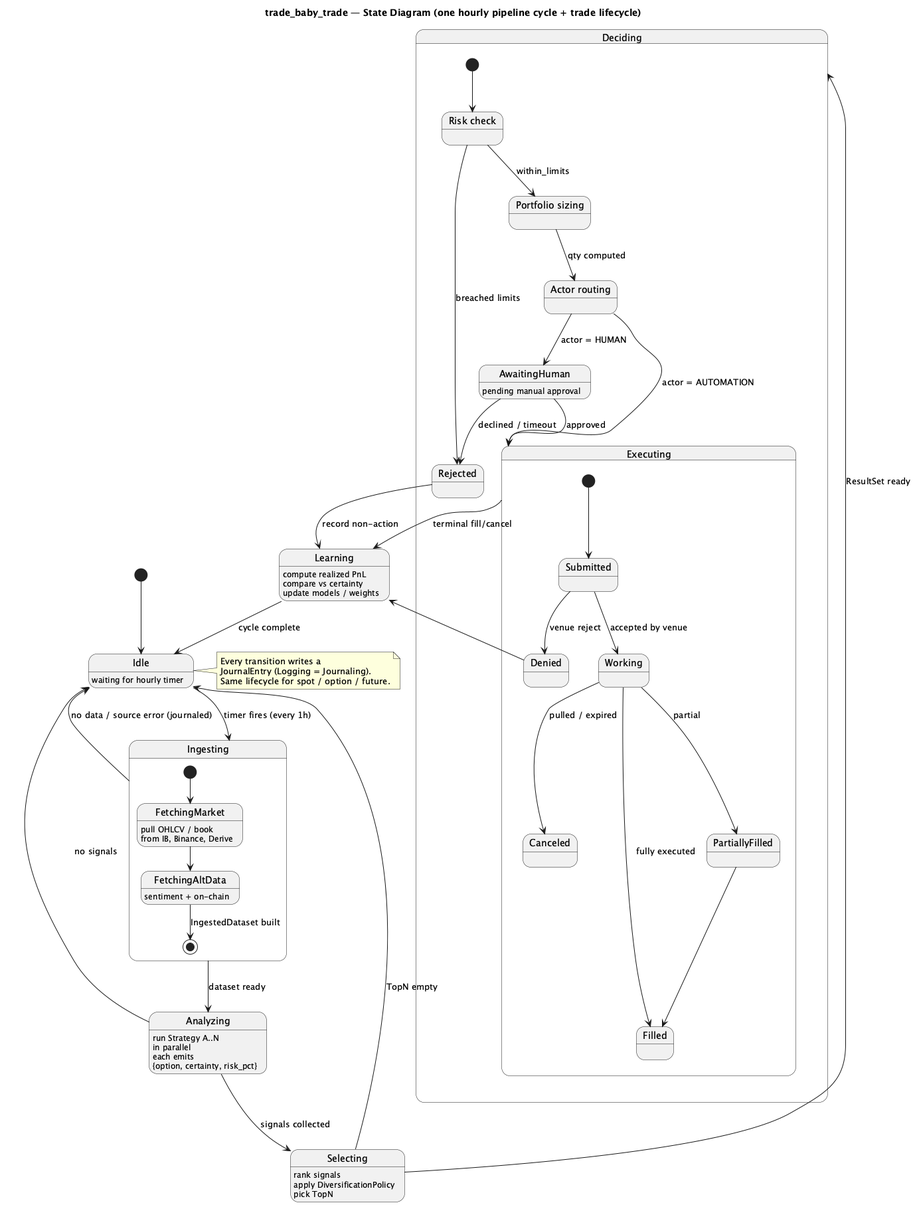
Earlier version of the PlantUML export docs/design/state-diagram.png (abhushansahu/nautilus-quant-scaffold).
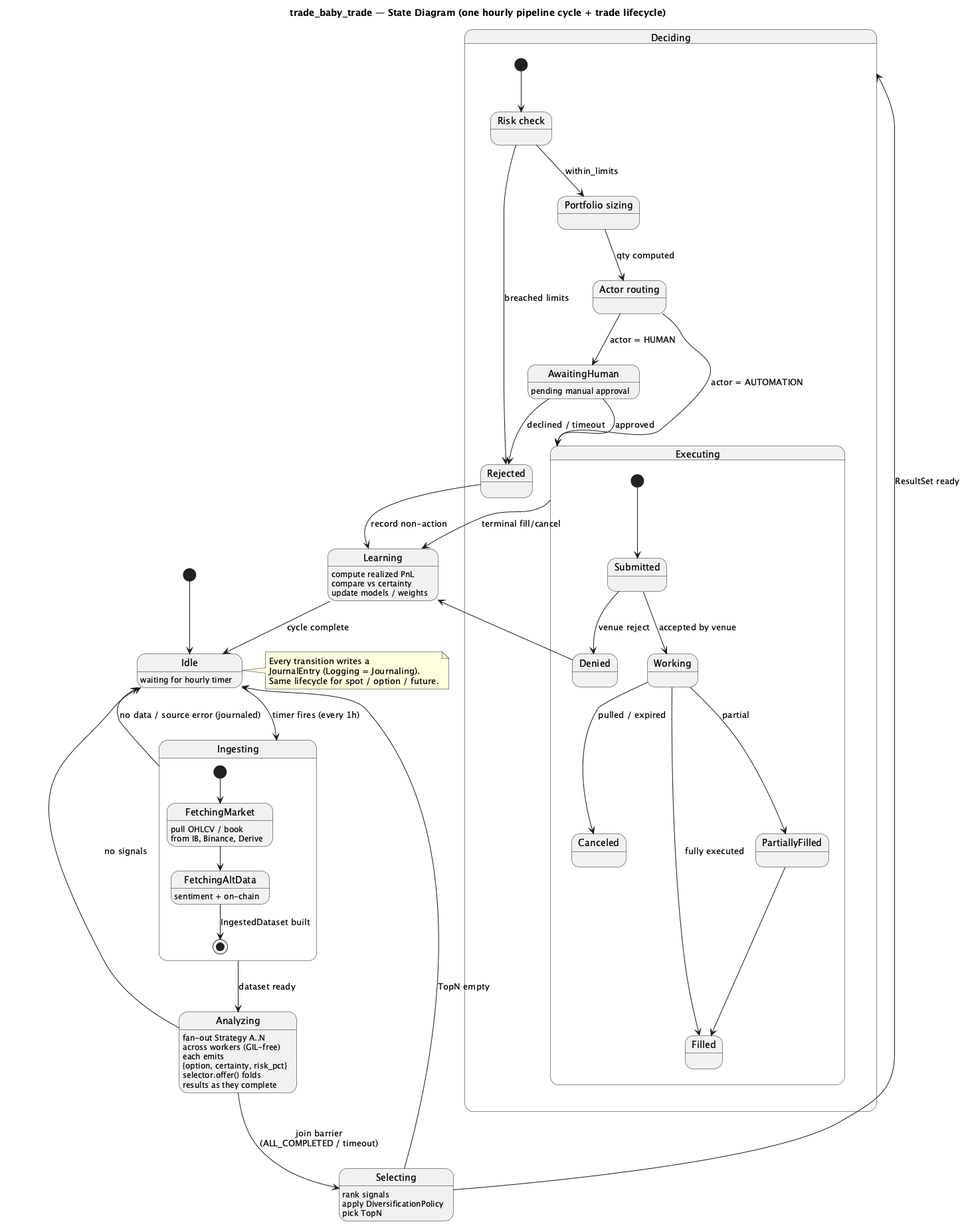
Above is the later version.

Commit message:
docs: model strategy fan-out/fan-in (parallel analysis + join barrier)

What changed in the source:
```diff
@@ -20,10 +20,11 @@
 Ingesting --> Idle : no data / source error (journaled)
 
 state Analyzing {
-  Analyzing : run Strategy A..N\nin parallel
+  Analyzing : fan-out Strategy A..N\nacross workers (GIL-free)
   Analyzing : each emits\n{option, certainty, risk_pct}
+  Analyzing : selector.offer() folds\nresults as they complete
 }
-Analyzing --> Selecting : signals collected
+Analyzing --> Selecting : join barrier\n(ALL_COMPLETED / timeout)
 Analyzing --> Idle : no signals
 
 state Selecting {
```
